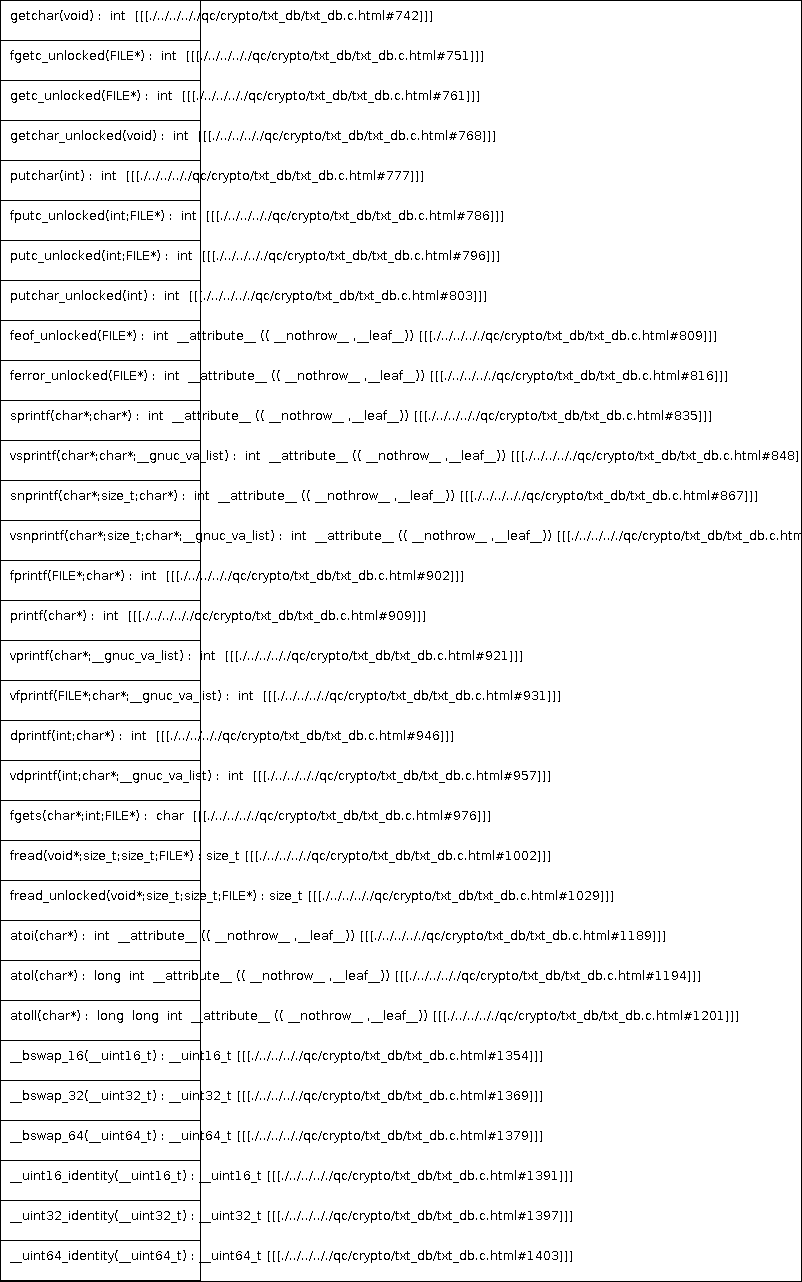
qualitesys/openssl keeps this PlantUML diagram as docs/qc/crypto/txt_db/txt_db.c.png. Above is the earlier version. Its source is kept beside it as docs/qc/crypto/txt_db/txt_db.c.puml.
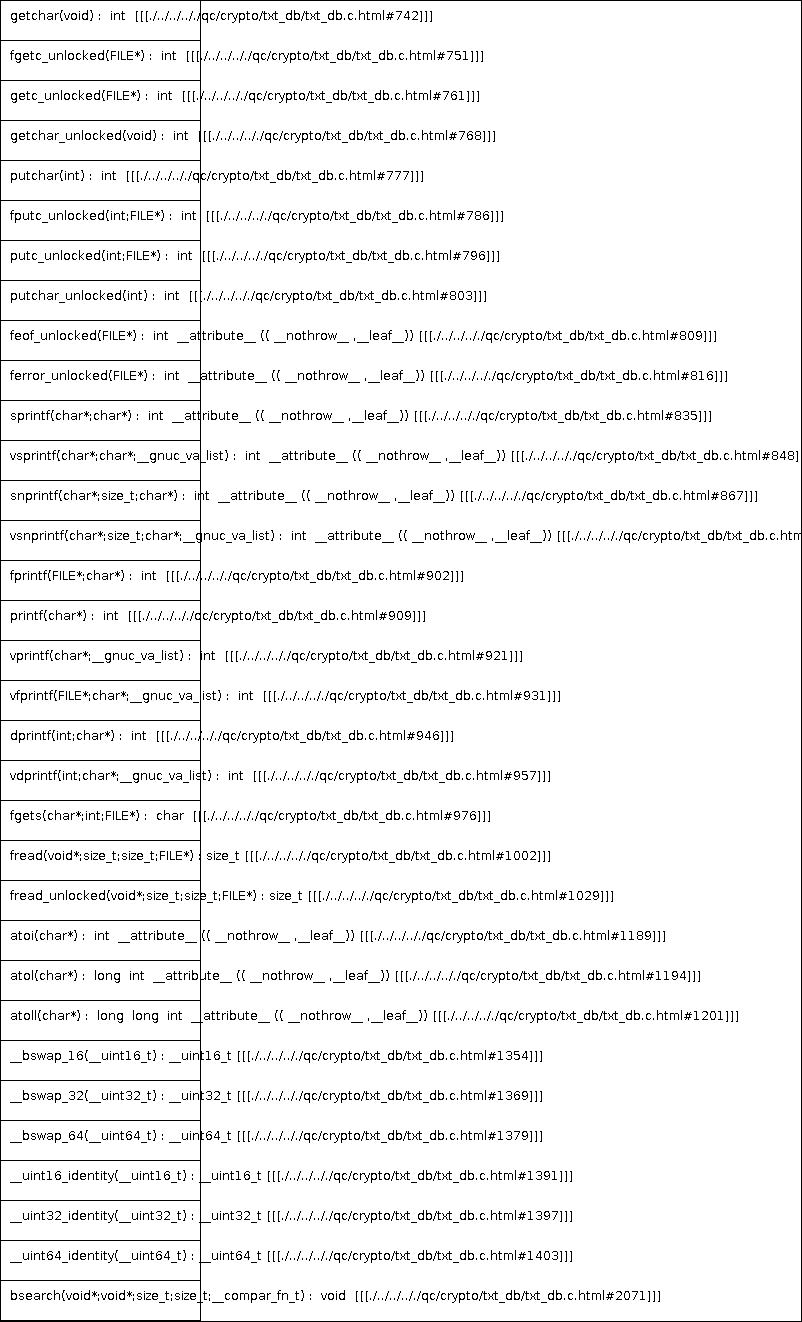
After the change.

The edit, as a diff of the source:
```diff
@@ -33,5 +33,6 @@
 __uint16_identity(__uint16_t) : __uint16_t [[[./../../.././qc/crypto/txt_db/txt_db.c.html#1391]]]
 __uint32_identity(__uint32_t) : __uint32_t [[[./../../.././qc/crypto/txt_db/txt_db.c.html#1397]]]
 __uint64_identity(__uint64_t) : __uint64_t [[[./../../.././qc/crypto/txt_db/txt_db.c.html#1403]]]
+bsearch(void*;void*;size_t;size_t;__compar_fn_t) :  void  [[[./../../.././qc/crypto/txt_db/txt_db.c.html#2071]]]
 }
 @enduml
```
